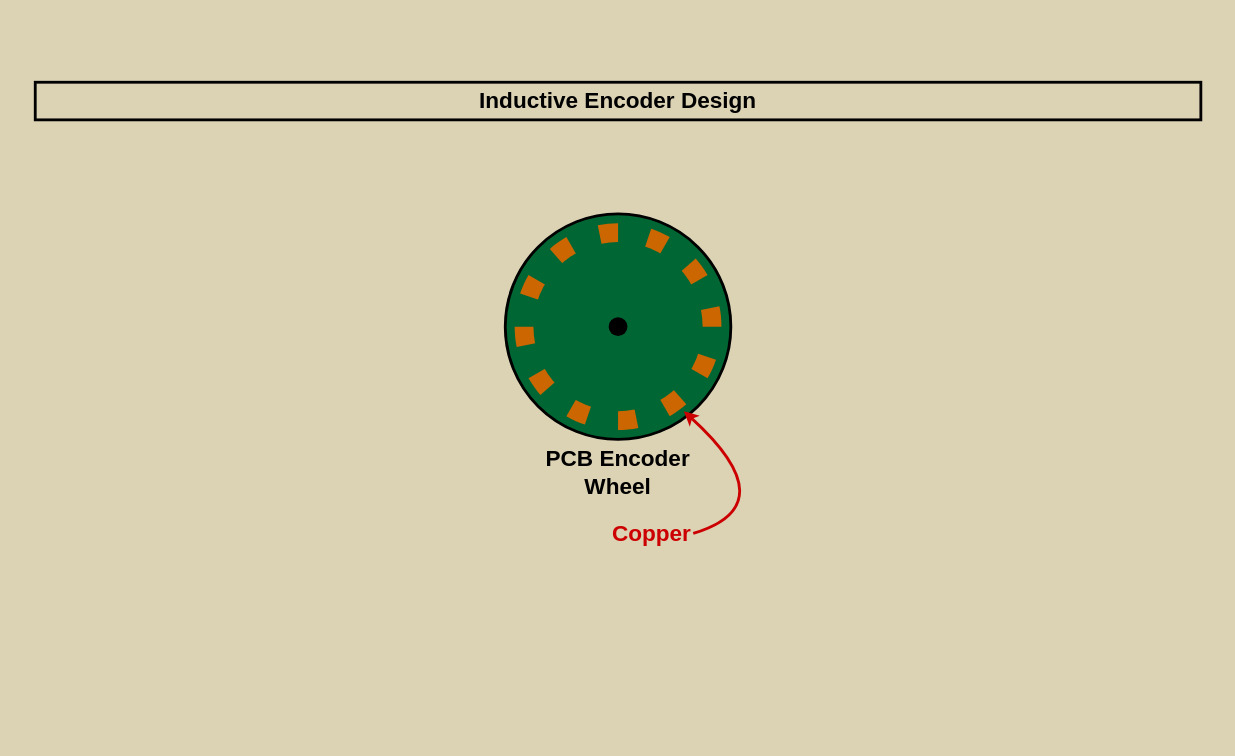
jay-maybe/robot keeps this draw.io diagram as page "inductive encoder idea" (3 of 5) of diagrams/episode 1/episode 1.drawio. Above is the earlier version. Source tidied: cells renumbered, new cells numbered last; positions are measured from the earlier drawing's top-left corner, leaving out a move shared by most shapes. Both pictures are drawn from the tidied source at 94%, with x=0, y=0 at pixel (16, 63).
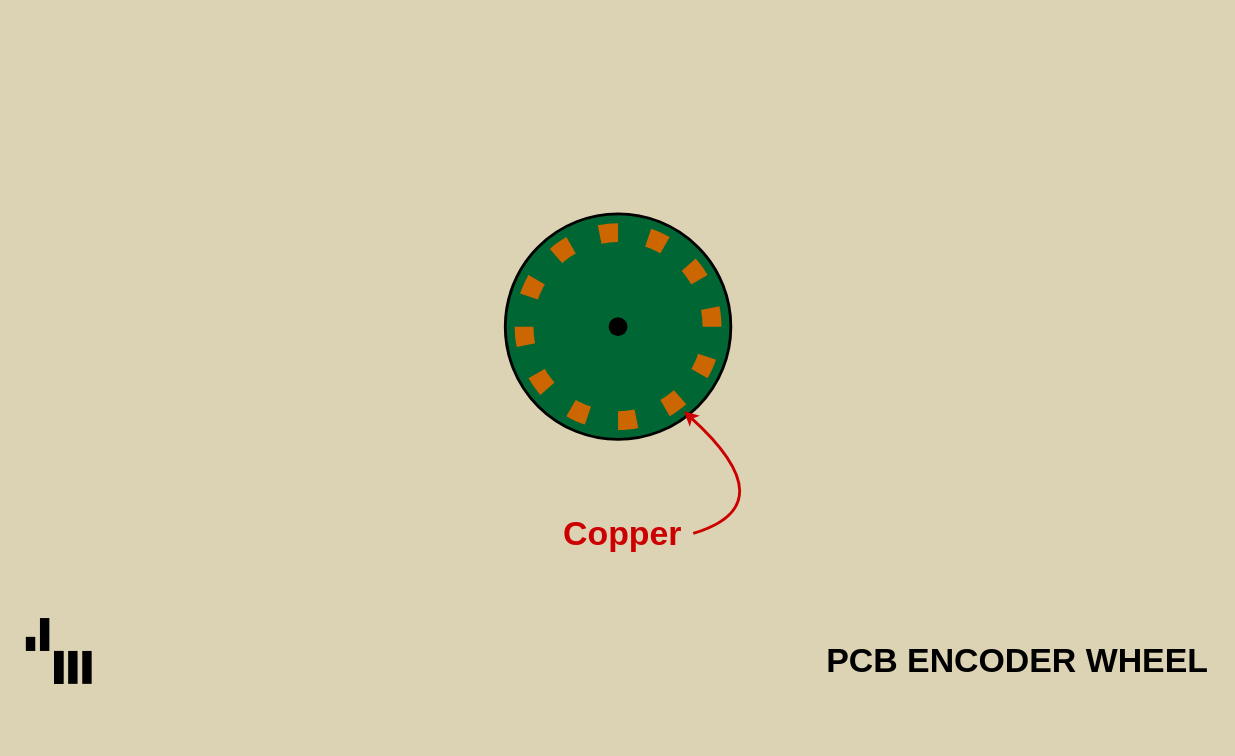
The same page after the edit.

The edit, as a diff of the source:
```diff
@@
-    <mxCell id="2" value="&lt;b&gt;&lt;font face=&quot;Space Mono&quot;&gt;Inductive Encoder Design&lt;/font&gt;&lt;/b&gt;" style="text;html=1;whiteSpace=wrap;strokeColor=default;fillColor=none;align=center;verticalAlign=middle;rounded=0;fontSize=24;strokeWidth=3;" parent="1" vertex="1">
-      <mxGeometry x="20" y="20" width="1240" height="40" as="geometry" />
-    </mxCell>
@@
-    <mxCell id="16" value="&lt;b&gt;&lt;font face=&quot;Space Mono&quot;&gt;PCB Encoder&lt;/font&gt;&lt;/b&gt;&lt;div&gt;&lt;b&gt;&lt;font face=&quot;Space Mono&quot;&gt;Wheel&lt;/font&gt;&lt;/b&gt;&lt;/div&gt;" style="text;html=1;whiteSpace=wrap;strokeColor=none;fillColor=none;align=center;verticalAlign=middle;rounded=0;fontSize=24;" parent="1" vertex="1">
-      <mxGeometry x="520" y="400" width="240" height="70" as="geometry" />
+    <mxCell id="16" value="&lt;font face=&quot;Space Mono&quot;&gt;&lt;span style=&quot;font-size: 36px;&quot;&gt;&lt;b&gt;PCB ENCODER WHEEL&amp;nbsp;&lt;/b&gt;&lt;/span&gt;&lt;/font&gt;" style="text;html=1;whiteSpace=wrap;strokeColor=none;fillColor=none;align=right;verticalAlign=middle;rounded=0;fontSize=24;" parent="1" vertex="1">
+      <mxGeometry x="710" y="600" width="570" height="70" as="geometry" />
     </mxCell>
@@
-    <mxCell id="20" value="&lt;b&gt;&lt;font face=&quot;Space Mono&quot; style=&quot;color: rgb(204, 0, 0);&quot;&gt;Copper&lt;/font&gt;&lt;/b&gt;" style="text;html=1;whiteSpace=wrap;strokeColor=none;fillColor=none;align=right;verticalAlign=middle;rounded=0;fontSize=24;" parent="1" vertex="1">
-      <mxGeometry x="600" y="480" width="120" height="40" as="geometry" />
+    <mxCell id="20" value="&lt;b&gt;&lt;font face=&quot;Space Mono&quot; style=&quot;color: rgb(204, 0, 0); font-size: 36px;&quot;&gt;Copper&lt;/font&gt;&lt;/b&gt;" style="text;html=1;whiteSpace=wrap;strokeColor=none;fillColor=none;align=center;verticalAlign=middle;rounded=0;fontSize=24;" parent="1" vertex="1">
+      <mxGeometry x="570" y="480" width="150" height="40" as="geometry" />
     </mxCell>
+    <mxCell id="22" style="rounded=0;whiteSpace=wrap;html=1;fillColor=none;strokeColor=none;" parent="1" vertex="1">
+      <mxGeometry x="1270" y="660" width="10" height="10" as="geometry" />
+    </mxCell>
     <mxCell id="21" style="rounded=0;whiteSpace=wrap;html=1;fillColor=none;strokeColor=none;" parent="1" vertex="1">
-      <mxGeometry width="10" height="10" as="geometry" />
+      <mxGeometry y="-50" width="10" height="10" as="geometry" />
     </mxCell>
-    <mxCell id="22" style="rounded=0;whiteSpace=wrap;html=1;fillColor=none;strokeColor=none;" parent="1" vertex="1">
-      <mxGeometry x="1270" y="710" width="10" height="10" as="geometry" />
-    </mxCell>
+    <mxCell id="23" style="group;" parent="1" vertex="1">
+      <mxGeometry x="10" y="590" width="70" height="70" as="geometry" />
+    </mxCell>
+    <mxCell id="24" style="rounded=0;whiteSpace=wrap;html=1;strokeColor=none;fillColor=#000000;" parent="23" vertex="1">
+      <mxGeometry x="15" width="10" height="35" as="geometry" />
+    </mxCell>
+    <mxCell id="25" style="rounded=0;whiteSpace=wrap;html=1;strokeColor=none;fillColor=#000000;" parent="23" vertex="1">
+      <mxGeometry y="20" width="10" height="15" as="geometry" />
+    </mxCell>
+    <mxCell id="26" style="rounded=0;whiteSpace=wrap;html=1;strokeColor=none;fillColor=#000000;" parent="23" vertex="1">
+      <mxGeometry x="30" y="35" width="10" height="35" as="geometry" />
+    </mxCell>
+    <mxCell id="27" style="rounded=0;whiteSpace=wrap;html=1;strokeColor=none;fillColor=#000000;" parent="23" vertex="1">
+      <mxGeometry x="30" y="35" width="10" height="35" as="geometry" />
+    </mxCell>
+    <mxCell id="28" style="rounded=0;whiteSpace=wrap;html=1;strokeColor=none;fillColor=#000000;" parent="23" vertex="1">
+      <mxGeometry x="60" y="35" width="10" height="35" as="geometry" />
+    </mxCell>
+    <mxCell id="29" style="rounded=0;whiteSpace=wrap;html=1;strokeColor=none;fillColor=#000000;" parent="23" vertex="1">
+      <mxGeometry x="45" y="35" width="10" height="35" as="geometry" />
+    </mxCell>
```
